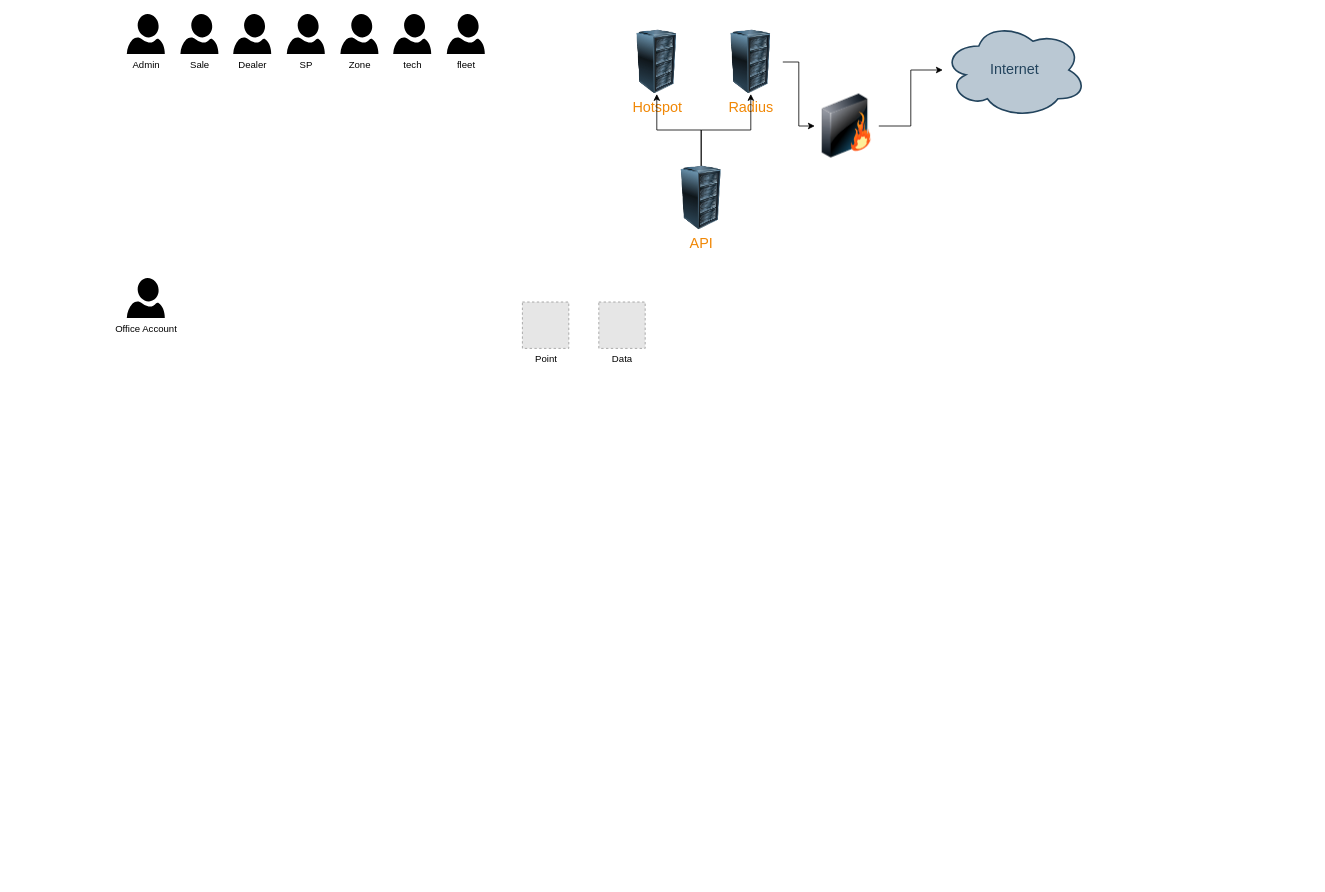
Before: Untitled Diagram.drawio in awtbet/mock, a draw.io diagram. Source tidied: cells renumbered, new cells numbered last; positions are measured from the earlier drawing's top-left corner, leaving out a move shared by most shapes. Both pictures are drawn from the tidied source at 80%, with x=0, y=0 at pixel (126, 14). Pictures stored in the file or linked from it are replaced by grey dashed boxes.
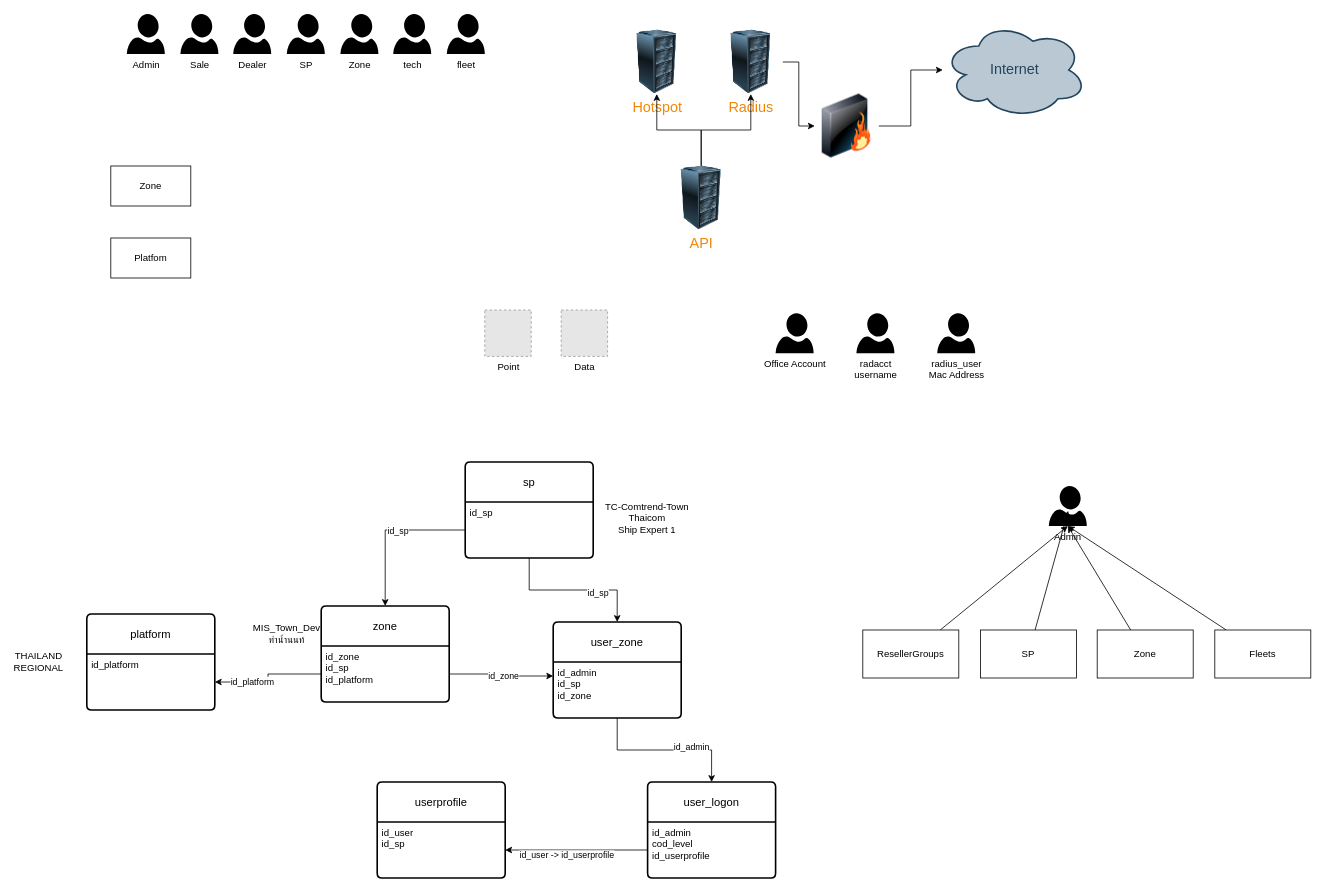
Above is the later version.

What changed in the source:
```diff
@@
     <mxCell id="18" value="Point" style="fillColor=#E6E6E6;strokeColor=#999999;dashed=1;html=1;verticalAlign=top;verticalLabelPosition=bottom;labelBackgroundColor=#ffffff;" parent="1" vertex="1">
-      <mxGeometry x="494.5" y="360" width="58" height="58" as="geometry" />
+      <mxGeometry x="447.5" y="370" width="58" height="58" as="geometry" />
     </mxCell>
     <mxCell id="19" value="Data" style="fillColor=#E6E6E6;strokeColor=#999999;dashed=1;html=1;verticalAlign=top;verticalLabelPosition=bottom;labelBackgroundColor=#ffffff;" parent="1" vertex="1">
-      <mxGeometry x="590" y="360" width="58" height="58" as="geometry" />
+      <mxGeometry x="543" y="370" width="58" height="58" as="geometry" />
     </mxCell>
     <mxCell id="20" value="Office Account" style="verticalLabelPosition=bottom;html=1;verticalAlign=top;align=center;strokeColor=none;fillColor=#000000;shape=mxgraph.azure.user;" parent="1" vertex="1">
-      <mxGeometry y="330" width="47.5" height="50" as="geometry" />
+      <mxGeometry x="811" y="374" width="47.5" height="50" as="geometry" />
     </mxCell>
+    <mxCell id="21" value="radacct&lt;br&gt;username" style="verticalLabelPosition=bottom;html=1;verticalAlign=top;align=center;strokeColor=none;fillColor=#000000;shape=mxgraph.azure.user;" parent="1" vertex="1">
+      <mxGeometry x="912" y="374" width="47.5" height="50" as="geometry" />
+    </mxCell>
+    <mxCell id="22" value="radius_user&lt;br&gt;Mac Address" style="verticalLabelPosition=bottom;html=1;verticalAlign=top;align=center;strokeColor=none;fillColor=#000000;shape=mxgraph.azure.user;" parent="1" vertex="1">
+      <mxGeometry x="1013" y="374" width="47.5" height="50" as="geometry" />
+    </mxCell>
+    <mxCell id="23" value="Zone" style="html=1;dashed=0;whiteSpace=wrap;" parent="1" vertex="1">
+      <mxGeometry x="-20" y="190" width="100" height="50" as="geometry" />
+    </mxCell>
+    <mxCell id="24" value="Platfom" style="html=1;dashed=0;whiteSpace=wrap;" parent="1" vertex="1">
+      <mxGeometry x="-20" y="280" width="100" height="50" as="geometry" />
+    </mxCell>
+    <mxCell id="25" value="userprofile" style="swimlane;horizontal=1;startSize=50;rounded=1;fontSize=14;fontStyle=0;strokeWidth=2;shadow=0;dashed=0;align=center;arcSize=4;whiteSpace=wrap;html=1;" parent="1" vertex="1">
+      <mxGeometry x="313" y="960" width="160" height="120" as="geometry" />
+    </mxCell>
+    <mxCell id="26" value="id_user&lt;br&gt;id_sp" style="align=left;strokeColor=none;fillColor=none;spacingLeft=4;fontSize=12;verticalAlign=top;html=1;" parent="25" vertex="1">
+      <mxGeometry y="50" width="160" height="70" as="geometry" />
+    </mxCell>
+    <mxCell id="27" value="user_logon" style="swimlane;horizontal=1;startSize=50;rounded=1;fontSize=14;fontStyle=0;strokeWidth=2;shadow=0;dashed=0;align=center;arcSize=4;whiteSpace=wrap;html=1;" parent="1" vertex="1">
+      <mxGeometry x="651" y="960" width="160" height="120" as="geometry" />
+    </mxCell>
+    <mxCell id="28" value="id_admin&lt;br&gt;cod_level&lt;br&gt;id_userprofile" style="align=left;strokeColor=none;fillColor=none;spacingLeft=4;fontSize=12;verticalAlign=top;html=1;" parent="27" vertex="1">
+      <mxGeometry y="50" width="160" height="70" as="geometry" />
+    </mxCell>
+    <mxCell id="29" style="edgeStyle=orthogonalEdgeStyle;rounded=0;jettySize=auto;html=1;" parent="1" edge="1" source="28" target="26">
+      <mxGeometry relative="1" as="geometry" />
+    </mxCell>
+    <mxCell id="30" value="id_user -&amp;gt; id_userprofile" style="edgeLabel;html=1;align=center;verticalAlign=middle;" parent="29" vertex="1">
+      <mxGeometry x="0.15" y="6" relative="1" as="geometry" />
+    </mxCell>
+    <mxCell id="31" value="user_zone" style="swimlane;horizontal=1;startSize=50;rounded=1;fontSize=14;fontStyle=0;strokeWidth=2;shadow=0;dashed=0;align=center;arcSize=4;whiteSpace=wrap;html=1;" parent="1" vertex="1">
+      <mxGeometry x="533" y="760" width="160" height="120" as="geometry" />
+    </mxCell>
+    <mxCell id="32" value="id_admin&lt;br&gt;id_sp&lt;br&gt;id_zone" style="align=left;strokeColor=none;fillColor=none;spacingLeft=4;fontSize=12;verticalAlign=top;html=1;" parent="31" vertex="1">
+      <mxGeometry y="50" width="160" height="70" as="geometry" />
+    </mxCell>
+    <mxCell id="33" style="edgeStyle=orthogonalEdgeStyle;rounded=0;jettySize=auto;html=1;entryX=0.5;entryY=0;entryDx=0;entryDy=0;" parent="1" edge="1" source="32" target="27">
+      <mxGeometry relative="1" as="geometry" />
+    </mxCell>
+    <mxCell id="34" value="id_admin" style="edgeLabel;html=1;align=center;verticalAlign=middle;" parent="33" vertex="1">
+      <mxGeometry x="0.33" y="5" relative="1" as="geometry" />
+    </mxCell>
+    <mxCell id="35" value="zone" style="swimlane;horizontal=1;startSize=50;rounded=1;fontSize=14;fontStyle=0;strokeWidth=2;shadow=0;dashed=0;align=center;arcSize=4;whiteSpace=wrap;html=1;" parent="1" vertex="1">
+      <mxGeometry x="243" y="740" width="160" height="120" as="geometry" />
+    </mxCell>
+    <mxCell id="36" value="id_zone&lt;br&gt;id_sp&lt;br&gt;id_platform" style="align=left;strokeColor=none;fillColor=none;spacingLeft=4;fontSize=12;verticalAlign=top;html=1;" parent="35" vertex="1">
+      <mxGeometry y="50" width="160" height="70" as="geometry" />
+    </mxCell>
+    <mxCell id="37" style="edgeStyle=orthogonalEdgeStyle;rounded=0;jettySize=auto;html=1;entryX=0;entryY=0.25;entryDx=0;entryDy=0;" parent="1" edge="1" source="36" target="32">
+      <mxGeometry relative="1" as="geometry" />
+    </mxCell>
+    <mxCell id="38" value="id_zone" style="edgeLabel;html=1;align=center;verticalAlign=middle;" parent="37" vertex="1">
+      <mxGeometry x="0.04" relative="1" as="geometry">
+        <mxPoint x="1" as="offset" />
+      </mxGeometry>
+    </mxCell>
+    <mxCell id="39" style="edgeStyle=orthogonalEdgeStyle;rounded=0;jettySize=auto;html=1;" parent="1" edge="1" source="41" target="31">
+      <mxGeometry relative="1" as="geometry" />
+    </mxCell>
+    <mxCell id="40" value="id_sp" style="edgeLabel;html=1;align=center;verticalAlign=middle;" parent="39" vertex="1">
+      <mxGeometry x="0.32" y="-3" relative="1" as="geometry" />
+    </mxCell>
+    <mxCell id="41" value="sp" style="swimlane;horizontal=1;startSize=50;rounded=1;fontSize=14;fontStyle=0;strokeWidth=2;shadow=0;dashed=0;align=center;arcSize=4;whiteSpace=wrap;html=1;" parent="1" vertex="1">
+      <mxGeometry x="423" y="560" width="160" height="120" as="geometry" />
+    </mxCell>
+    <mxCell id="42" value="id_sp" style="align=left;strokeColor=none;fillColor=none;spacingLeft=4;fontSize=12;verticalAlign=top;html=1;" parent="41" vertex="1">
+      <mxGeometry y="50" width="160" height="70" as="geometry" />
+    </mxCell>
+    <mxCell id="43" style="edgeStyle=orthogonalEdgeStyle;rounded=0;jettySize=auto;html=1;" parent="1" edge="1" source="42" target="35">
+      <mxGeometry relative="1" as="geometry" />
+    </mxCell>
+    <mxCell id="44" value="id_sp" style="edgeLabel;html=1;align=center;verticalAlign=middle;" parent="43" vertex="1">
+      <mxGeometry x="-0.13" y="1" relative="1" as="geometry" />
+    </mxCell>
+    <mxCell id="45" value="MIS_Town_Dev&lt;br&gt;ท่าน้ำนนท์" style="text;html=1;strokeColor=none;fillColor=none;align=center;verticalAlign=middle;whiteSpace=wrap;rounded=0;" parent="1" vertex="1">
+      <mxGeometry x="170" y="760" width="60" height="30" as="geometry" />
+    </mxCell>
+    <mxCell id="46" value="TC-Comtrend-Town&lt;br&gt;Thaicom&lt;br&gt;Ship Expert 1" style="text;html=1;strokeColor=none;fillColor=none;align=center;verticalAlign=middle;whiteSpace=wrap;rounded=0;" parent="1" vertex="1">
+      <mxGeometry x="591" y="600" width="119" height="60" as="geometry" />
+    </mxCell>
+    <mxCell id="47" value="Admin" style="verticalLabelPosition=bottom;html=1;verticalAlign=top;align=center;strokeColor=none;fillColor=#000000;shape=mxgraph.azure.user;" parent="1" vertex="1">
+      <mxGeometry x="1152.5" y="590" width="47.5" height="50" as="geometry" />
+    </mxCell>
+    <mxCell id="48" style="rounded=0;jettySize=auto;html=1;entryX=0.5;entryY=1;entryDx=0;entryDy=0;entryPerimeter=0;" parent="1" edge="1" source="49" target="47">
+      <mxGeometry relative="1" as="geometry" />
+    </mxCell>
+    <mxCell id="49" value="ResellerGroups" style="rounded=0;whiteSpace=wrap;html=1;" parent="1" vertex="1">
+      <mxGeometry x="920" y="770" width="120" height="60" as="geometry" />
+    </mxCell>
+    <mxCell id="50" style="rounded=0;jettySize=auto;html=1;entryX=0.509;entryY=0.62;entryDx=0;entryDy=0;entryPerimeter=0;" parent="1" edge="1" source="51" target="47">
+      <mxGeometry relative="1" as="geometry" />
+    </mxCell>
+    <mxCell id="51" value="SP" style="rounded=0;whiteSpace=wrap;html=1;" parent="1" vertex="1">
+      <mxGeometry x="1067" y="770" width="120" height="60" as="geometry" />
+    </mxCell>
+    <mxCell id="52" style="rounded=0;jettySize=auto;html=1;entryX=0.5;entryY=1;entryDx=0;entryDy=0;entryPerimeter=0;" parent="1" edge="1" source="53" target="47">
+      <mxGeometry relative="1" as="geometry" />
+    </mxCell>
+    <mxCell id="53" value="Zone" style="rounded=0;whiteSpace=wrap;html=1;" parent="1" vertex="1">
+      <mxGeometry x="1213" y="770" width="120" height="60" as="geometry" />
+    </mxCell>
+    <mxCell id="54" style="rounded=0;jettySize=auto;html=1;entryX=0.5;entryY=1;entryDx=0;entryDy=0;entryPerimeter=0;" parent="1" edge="1" source="55" target="47">
+      <mxGeometry relative="1" as="geometry" />
+    </mxCell>
+    <mxCell id="55" value="Fleets" style="rounded=0;whiteSpace=wrap;html=1;" parent="1" vertex="1">
+      <mxGeometry x="1360" y="770" width="120" height="60" as="geometry" />
+    </mxCell>
+    <mxCell id="56" value="platform" style="swimlane;horizontal=1;startSize=50;rounded=1;fontSize=14;fontStyle=0;strokeWidth=2;shadow=0;dashed=0;align=center;arcSize=4;whiteSpace=wrap;html=1;" parent="1" vertex="1">
+      <mxGeometry x="-50" y="750" width="160" height="120" as="geometry" />
+    </mxCell>
+    <mxCell id="57" value="id_platform" style="align=left;strokeColor=none;fillColor=none;spacingLeft=4;fontSize=12;verticalAlign=top;html=1;" parent="56" vertex="1">
+      <mxGeometry y="50" width="160" height="70" as="geometry" />
+    </mxCell>
+    <mxCell id="58" value="THAILAND&lt;br&gt;REGIONAL" style="text;html=1;strokeColor=none;fillColor=none;align=center;verticalAlign=middle;whiteSpace=wrap;rounded=0;" parent="1" vertex="1">
+      <mxGeometry x="-140" y="795" width="60" height="30" as="geometry" />
+    </mxCell>
+    <mxCell id="59" style="edgeStyle=orthogonalEdgeStyle;rounded=0;jettySize=auto;html=1;" parent="1" edge="1" source="36" target="57">
+      <mxGeometry relative="1" as="geometry" />
+    </mxCell>
+    <mxCell id="60" value="id_platform" style="edgeLabel;html=1;align=center;verticalAlign=middle;" parent="59" vertex="1">
+      <mxGeometry x="0.35" y="-1" relative="1" as="geometry" />
+    </mxCell>
```
